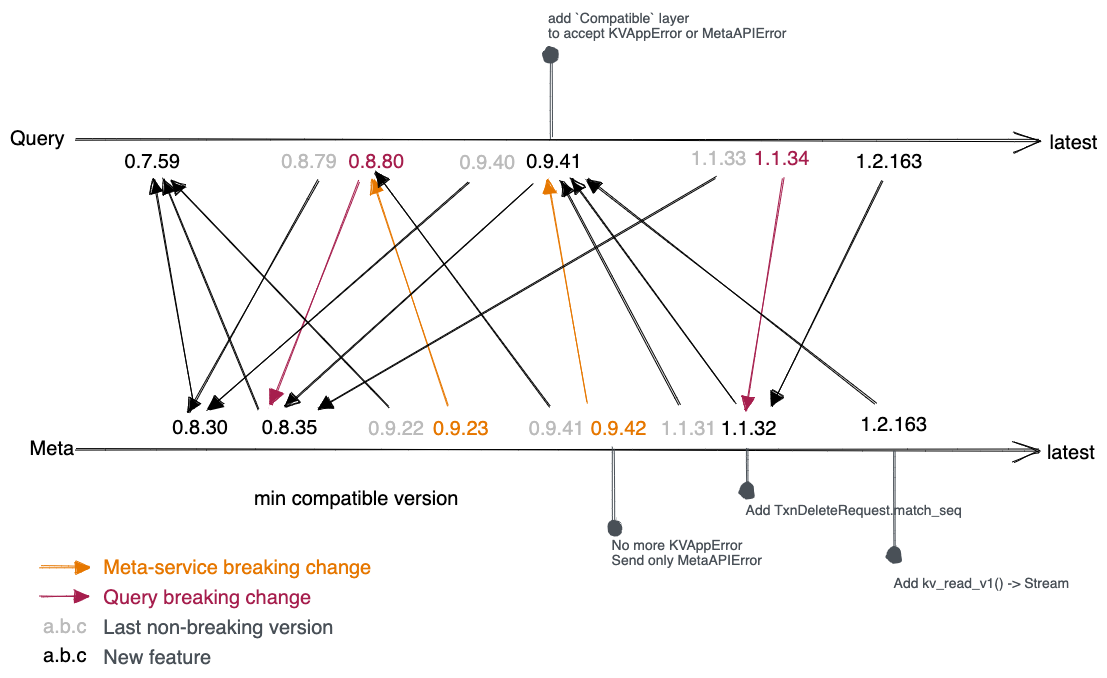
The Excalidraw diagram docs/public/img/deploy/compatibility.excalidraw.png in databendlabs/databend, before a commit. Source tidied: one line per element, renumbered; positions are measured from the earlier drawing's top-left corner, leaving out a move shared by most shapes.
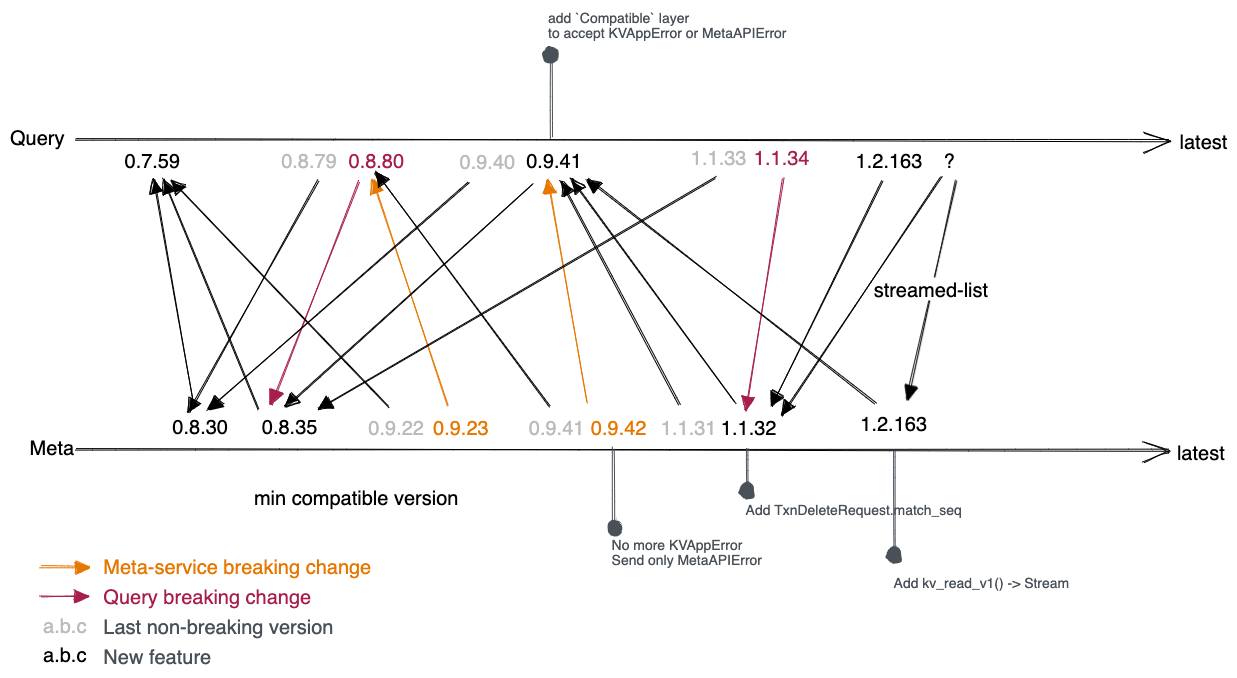
After the commit.

Change to the diagram source:
```diff
@@ -1,5 +1,5 @@
-{"id": 0, "type": "arrow", "strokeColor": "#000000", "angle": 1.57, "strokeWidth": 1, "roughness": 1, "endArrowhead": "arrow", "round": true, "from": 3, "to": 11, "x": 548, "y": 963, "width": 0, "height": 963, "points": [[0, 0], [0, -963]]}
+{"id": 0, "type": "arrow", "strokeColor": "#000000", "angle": 1.57, "strokeWidth": 1, "roughness": 1, "endArrowhead": "arrow", "round": true, "from": 3, "to": 11, "x": 613, "y": 1028, "width": 0, "height": 1093, "points": [[0, 0], [0, -1093]]}
-{"id": 1, "type": "arrow", "strokeColor": "#000000", "angle": 1.57, "strokeWidth": 1, "roughness": 1, "endArrowhead": "arrow", "round": true, "from": 2, "to": 10, "x": 548, "y": 1273, "width": 0, "height": 963, "points": [[0, 0], [0, -963]]}
+{"id": 1, "type": "arrow", "strokeColor": "#000000", "angle": 1.57, "strokeWidth": 1, "roughness": 1, "endArrowhead": "arrow", "round": true, "from": 2, "to": 10, "x": 613, "y": 1338, "width": 0, "height": 1093, "points": [[0, 0], [0, -1093]]}
 {"id": 2, "type": "text", "text": "Meta", "strokeColor": "#000000", "strokeWidth": 1, "roughness": 1, "fontSize": 20, "fontFamily": 2, "x": 20, "y": 777, "width": 44, "height": 23}
 {"id": 3, "type": "text", "text": "Query", "strokeColor": "#000000", "strokeWidth": 1, "roughness": 1, "fontSize": 20, "fontFamily": 2, "x": 0, "y": 468, "width": 54, "height": 23}
 {"id": 4, "type": "text", "text": "0.7.59", "strokeColor": "#000000", "strokeWidth": 1, "roughness": 1, "fontSize": 20, "fontFamily": 2, "x": 115, "y": 490, "width": 56, "height": 23}
@@ -8,8 +8,8 @@
 {"id": 7, "type": "text", "text": "0.8.79", "strokeColor": "#bbb", "strokeWidth": 1, "roughness": 1, "fontSize": 20, "fontFamily": 2, "x": 271, "y": 490, "width": 56, "height": 23}
 {"id": 8, "type": "text", "text": "0.8.80", "strokeColor": "#a61e4d", "strokeWidth": 1, "roughness": 1, "fontSize": 20, "fontFamily": 2, "x": 339, "y": 490, "width": 56, "height": 23}
 {"id": 9, "type": "text", "text": "0.9.41", "strokeColor": "#000000", "strokeWidth": 1, "roughness": 1, "fontSize": 20, "fontFamily": 2, "x": 516, "y": 490, "width": 56, "height": 23}
-{"id": 10, "type": "text", "text": "latest", "strokeColor": "#000000", "strokeWidth": 1, "roughness": 1, "fontSize": 20, "fontFamily": 2, "x": 1037, "y": 782, "width": 48, "height": 23}
+{"id": 10, "type": "text", "text": "latest", "strokeColor": "#000000", "strokeWidth": 1, "roughness": 1, "fontSize": 20, "fontFamily": 2, "x": 1167, "y": 782, "width": 48, "height": 23}
-{"id": 11, "type": "text", "text": "latest", "strokeColor": "#000000", "strokeWidth": 1, "roughness": 1, "fontSize": 20, "fontFamily": 2, "x": 1040, "y": 472, "width": 48, "height": 23}
+{"id": 11, "type": "text", "text": "latest", "strokeColor": "#000000", "strokeWidth": 1, "roughness": 1, "fontSize": 20, "fontFamily": 2, "x": 1170, "y": 472, "width": 48, "height": 23}
 {"id": 12, "type": "arrow", "strokeColor": "#000000", "angle": 1.57, "strokeWidth": 1, "roughness": 1, "endArrowhead": "triangle", "round": true, "from": 5, "to": 4, "x": 278, "y": 614, "width": 228, "height": 41, "points": [[0, 0], [-228, 41]]}
 {"id": 13, "type": "arrow", "strokeColor": "#000000", "angle": 1.57, "strokeWidth": 1, "roughness": 1, "endArrowhead": "triangle", "round": true, "from": 7, "to": 5, "x": 128, "y": 573, "width": 233, "height": 128, "points": [[0, 0], [233, 128]]}
 {"id": 14, "type": "arrow", "strokeColor": "#e67700", "angle": 1.57, "strokeWidth": 1, "roughness": 1, "endArrowhead": "triangle", "round": true, "from": 17, "to": 8, "x": 513, "y": 596, "width": 225, "height": 75, "points": [[0, 0], [-225, 75]]}
@@ -49,8 +49,12 @@
 {"id": 48, "type": "arrow", "strokeColor": "#000000", "backgroundColor": "#ced4da", "fillStyle": "hachure", "strokeWidth": 1, "roughness": 1, "endArrowhead": "triangle", "round": true, "from": 47, "to": 5, "x": 459, "y": 523, "width": 262, "height": 228, "points": [[0, 0], [-262, 228]]}
 {"id": 49, "type": "arrow", "strokeColor": "#000000", "backgroundColor": "#ced4da", "fillStyle": "hachure", "strokeWidth": 1, "roughness": 1, "endArrowhead": "triangle", "round": true, "from": 21, "to": 9, "x": 669, "y": 746, "width": 119, "height": 224, "points": [[0, 0], [-119, -224]]}
 {"id": 50, "type": "text", "text": "1.2.163", "strokeColor": "#000000", "strokeWidth": 1, "roughness": 1, "fontSize": 20, "fontFamily": 2, "x": 850, "y": 754, "width": 67, "height": 23}
-{"id": 51, "type": "text", "text": "1.2.163", "strokeColor": "#000000", "strokeWidth": 1, "roughness": 1, "fontSize": 20, "fontFamily": 2, "x": 846, "y": 490, "width": 67, "height": 23}
+{"id": 51, "type": "text", "text": "1.2.163", "strokeColor": "#000000", "strokeWidth": 1, "roughness": 1, "fontSize": 20, "fontFamily": 2, "x": 846, "y": 491, "width": 67, "height": 23}
+{"id": 56, "type": "text", "text": "?", "strokeColor": "#000000", "strokeWidth": 1, "roughness": 1, "fontSize": 20, "fontFamily": 2, "x": 934, "y": 491, "width": 11, "height": 23}
 {"id": 52, "type": "arrow", "strokeColor": "#000000", "strokeWidth": 1, "roughness": 1, "endArrowhead": "triangle", "round": true, "from": 51, "to": 20, "x": 872, "y": 522, "width": 111, "height": 225, "points": [[0, 0], [-111, 225]]}
+{"id": 57, "type": "arrow", "strokeColor": "#000000", "strokeWidth": 1, "roughness": 1, "endArrowhead": "triangle", "round": true, "from": 56, "to": 20, "x": 931, "y": 517, "width": 160, "height": 240, "points": [[0, 0], [-160, 240]]}
+{"id": 58, "type": "arrow", "strokeColor": "#000000", "strokeWidth": 1, "roughness": 1, "endArrowhead": "triangle", "round": true, "from": 56, "to": 50, "x": 945, "y": 522, "width": 49, "height": 218, "points": [[0, 0], [-49, 218]]}
+{"id": 59, "type": "text", "text": "streamed-list", "strokeColor": "#000000", "strokeWidth": 1, "roughness": 1, "fontSize": 20, "fontFamily": 2, "textAlign": "center", "verticalAlign": "middle", "inside": 58, "x": 864, "y": 619, "width": 114, "height": 23}
 {"id": 53, "type": "arrow", "strokeColor": "#000000", "strokeWidth": 1, "roughness": 1, "endArrowhead": "triangle", "round": true, "from": 50, "to": 9, "x": 865, "y": 745, "width": 286, "height": 225, "points": [[0, 0], [-286, -225]]}
 {"id": 54, "type": "text", "text": "Add kv_read_v1() -> Stream", "strokeColor": "#495057", "strokeWidth": 1, "roughness": 1, "fontSize": 13.94, "fontFamily": 2, "x": 884, "y": 916, "width": 175, "height": 16}
 {"id": 55, "type": "arrow", "strokeColor": "#495057", "strokeWidth": 1, "roughness": 1, "endArrowhead": "dot", "round": true, "from": 50, "x": 885, "y": 792, "width": 1, "height": 106, "points": [[0, 0], [1, 106]]}
```
